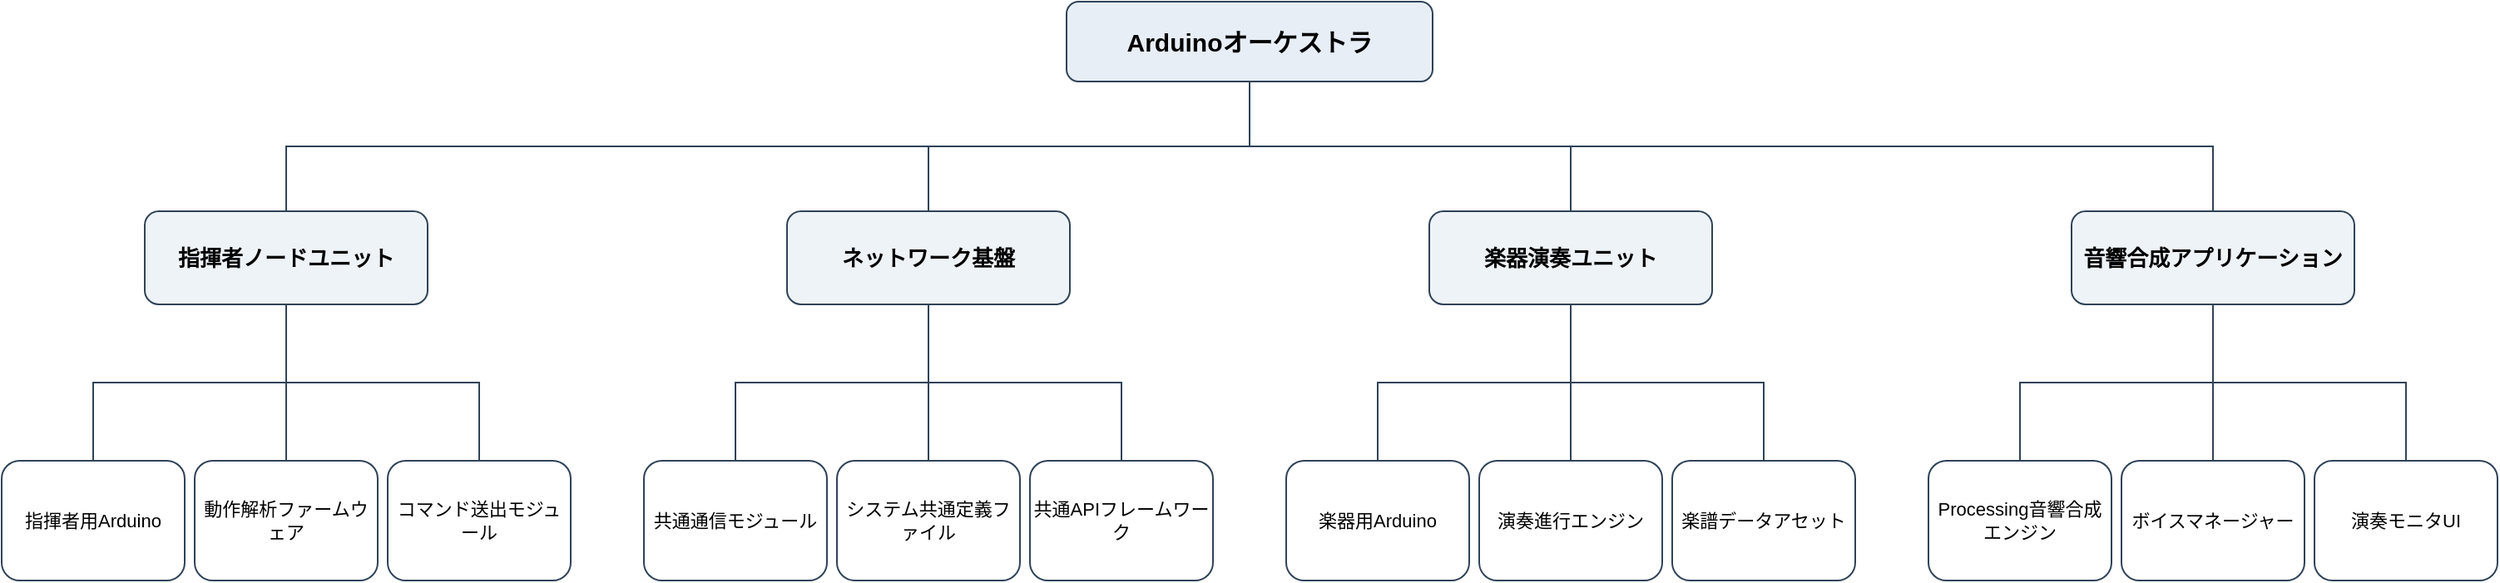
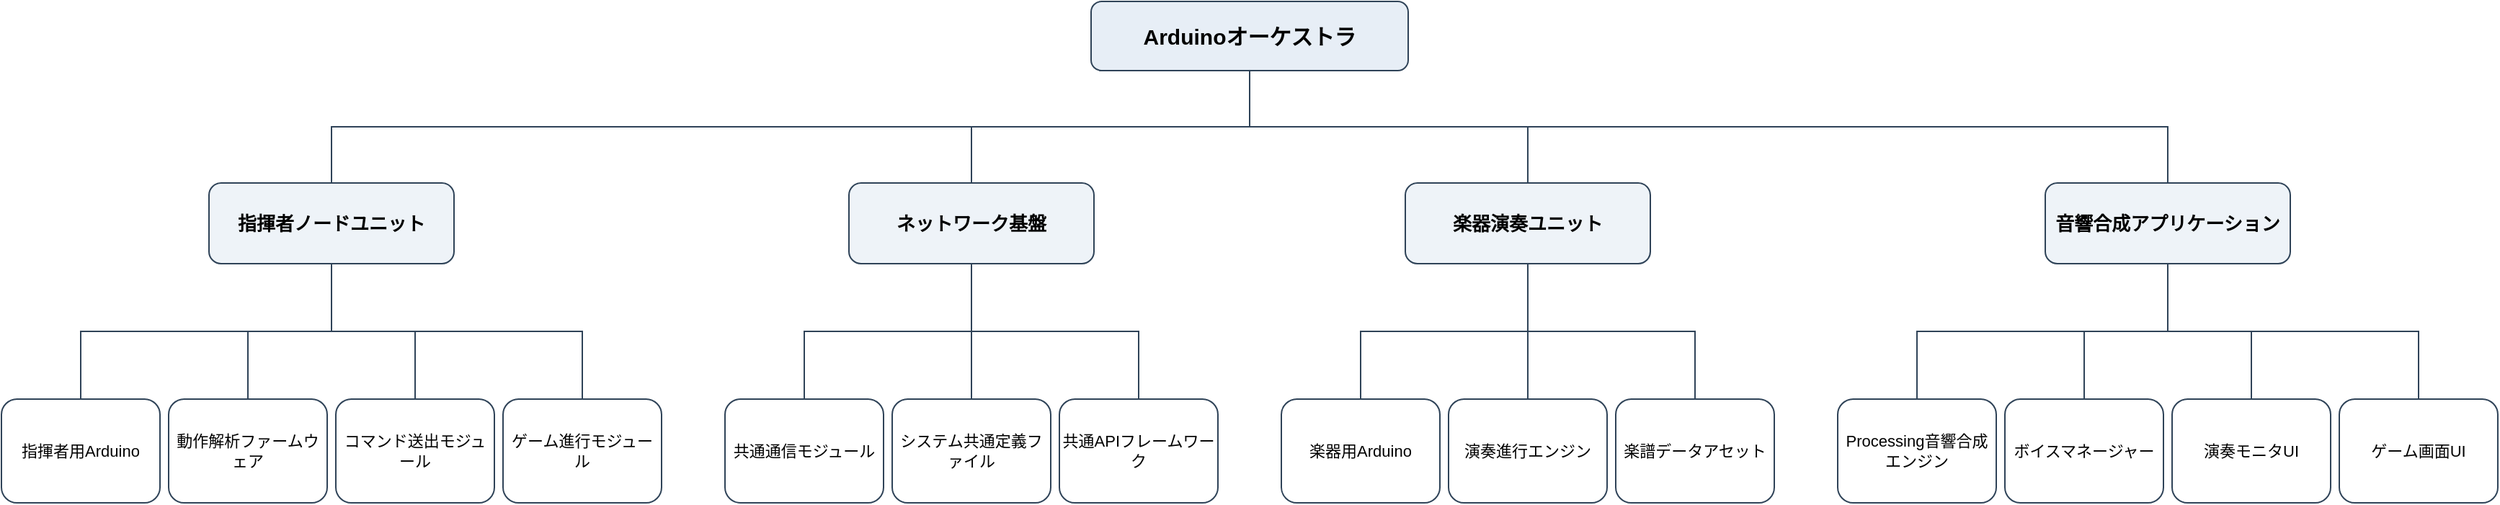
<mxfile host="Claude">
  <diagram id="pbs" name="PBS">
-     <mxGraphModel dx="1532" dy="392" grid="0" gridSize="10" guides="1" tooltips="1" connect="1" arrows="1" fold="1" page="1" pageScale="1" pageWidth="1532" pageHeight="392" math="0" shadow="0">
+     <mxGraphModel dx="1768" dy="392" grid="0" gridSize="10" guides="1" tooltips="1" connect="1" arrows="1" fold="1" page="1" pageScale="1" pageWidth="1768" pageHeight="392" math="0" shadow="0">
      <root>
        <mxCell id="0"/>
        <mxCell id="1" parent="0"/>
-         <mxCell id="r" value="Arduinoオーケストラ" style="rounded=1;whiteSpace=wrap;html=1;fillColor=#E7EEF6;strokeColor=#2F4358;fontSize=15;fontStyle=1;" vertex="1" parent="1"><mxGeometry x="656" y="24" width="220" height="48" as="geometry"/></mxCell>
-         <mxCell id="a" value="指揮者ノードユニット" style="rounded=1;whiteSpace=wrap;html=1;fillColor=#EEF3F8;strokeColor=#2F4358;fontSize=13;fontStyle=1;" vertex="1" parent="1"><mxGeometry x="102" y="150" width="170" height="56" as="geometry"/></mxCell>
-         <mxCell id="b" value="ネットワーク基盤" style="rounded=1;whiteSpace=wrap;html=1;fillColor=#EEF3F8;strokeColor=#2F4358;fontSize=13;fontStyle=1;" vertex="1" parent="1"><mxGeometry x="488" y="150" width="170" height="56" as="geometry"/></mxCell>
-         <mxCell id="c" value="楽器演奏ユニット" style="rounded=1;whiteSpace=wrap;html=1;fillColor=#EEF3F8;strokeColor=#2F4358;fontSize=13;fontStyle=1;" vertex="1" parent="1"><mxGeometry x="874" y="150" width="170" height="56" as="geometry"/></mxCell>
-         <mxCell id="d" value="音響合成アプリケーション" style="rounded=1;whiteSpace=wrap;html=1;fillColor=#EEF3F8;strokeColor=#2F4358;fontSize=13;fontStyle=1;" vertex="1" parent="1"><mxGeometry x="1260" y="150" width="170" height="56" as="geometry"/></mxCell>
+         <mxCell id="r" value="Arduinoオーケストラ" style="rounded=1;whiteSpace=wrap;html=1;fillColor=#E7EEF6;strokeColor=#2F4358;fontSize=15;fontStyle=1;" vertex="1" parent="1"><mxGeometry x="772" y="24" width="220" height="48" as="geometry"/></mxCell>
+         <mxCell id="a" value="指揮者ノードユニット" style="rounded=1;whiteSpace=wrap;html=1;fillColor=#EEF3F8;strokeColor=#2F4358;fontSize=13;fontStyle=1;" vertex="1" parent="1"><mxGeometry x="160" y="150" width="170" height="56" as="geometry"/></mxCell>
+         <mxCell id="b" value="ネットワーク基盤" style="rounded=1;whiteSpace=wrap;html=1;fillColor=#EEF3F8;strokeColor=#2F4358;fontSize=13;fontStyle=1;" vertex="1" parent="1"><mxGeometry x="604" y="150" width="170" height="56" as="geometry"/></mxCell>
+         <mxCell id="c" value="楽器演奏ユニット" style="rounded=1;whiteSpace=wrap;html=1;fillColor=#EEF3F8;strokeColor=#2F4358;fontSize=13;fontStyle=1;" vertex="1" parent="1"><mxGeometry x="990" y="150" width="170" height="56" as="geometry"/></mxCell>
+         <mxCell id="d" value="音響合成アプリケーション" style="rounded=1;whiteSpace=wrap;html=1;fillColor=#EEF3F8;strokeColor=#2F4358;fontSize=13;fontStyle=1;" vertex="1" parent="1"><mxGeometry x="1434" y="150" width="170" height="56" as="geometry"/></mxCell>
        <mxCell id="a1" value="指揮者用Arduino" style="rounded=1;whiteSpace=wrap;html=1;fillColor=#FFFFFF;strokeColor=#2F4358;fontSize=11;" vertex="1" parent="1"><mxGeometry x="16" y="300" width="110" height="72" as="geometry"/></mxCell>
        <mxCell id="a2" value="動作解析ファームウェア" style="rounded=1;whiteSpace=wrap;html=1;fillColor=#FFFFFF;strokeColor=#2F4358;fontSize=11;" vertex="1" parent="1"><mxGeometry x="132" y="300" width="110" height="72" as="geometry"/></mxCell>
        <mxCell id="a3" value="コマンド送出モジュール" style="rounded=1;whiteSpace=wrap;html=1;fillColor=#FFFFFF;strokeColor=#2F4358;fontSize=11;" vertex="1" parent="1"><mxGeometry x="248" y="300" width="110" height="72" as="geometry"/></mxCell>
-         <mxCell id="b1" value="共通通信モジュール" style="rounded=1;whiteSpace=wrap;html=1;fillColor=#FFFFFF;strokeColor=#2F4358;fontSize=11;" vertex="1" parent="1"><mxGeometry x="402" y="300" width="110" height="72" as="geometry"/></mxCell>
-         <mxCell id="b2" value="システム共通定義ファイル" style="rounded=1;whiteSpace=wrap;html=1;fillColor=#FFFFFF;strokeColor=#2F4358;fontSize=11;" vertex="1" parent="1"><mxGeometry x="518" y="300" width="110" height="72" as="geometry"/></mxCell>
-         <mxCell id="b3" value="共通APIフレームワーク" style="rounded=1;whiteSpace=wrap;html=1;fillColor=#FFFFFF;strokeColor=#2F4358;fontSize=11;" vertex="1" parent="1"><mxGeometry x="634" y="300" width="110" height="72" as="geometry"/></mxCell>
-         <mxCell id="c1" value="楽器用Arduino" style="rounded=1;whiteSpace=wrap;html=1;fillColor=#FFFFFF;strokeColor=#2F4358;fontSize=11;" vertex="1" parent="1"><mxGeometry x="788" y="300" width="110" height="72" as="geometry"/></mxCell>
-         <mxCell id="c2" value="演奏進行エンジン" style="rounded=1;whiteSpace=wrap;html=1;fillColor=#FFFFFF;strokeColor=#2F4358;fontSize=11;" vertex="1" parent="1"><mxGeometry x="904" y="300" width="110" height="72" as="geometry"/></mxCell>
-         <mxCell id="c3" value="楽譜データアセット" style="rounded=1;whiteSpace=wrap;html=1;fillColor=#FFFFFF;strokeColor=#2F4358;fontSize=11;" vertex="1" parent="1"><mxGeometry x="1020" y="300" width="110" height="72" as="geometry"/></mxCell>
-         <mxCell id="d1" value="Processing音響合成エンジン" style="rounded=1;whiteSpace=wrap;html=1;fillColor=#FFFFFF;strokeColor=#2F4358;fontSize=11;" vertex="1" parent="1"><mxGeometry x="1174" y="300" width="110" height="72" as="geometry"/></mxCell>
-         <mxCell id="d2" value="ボイスマネージャー" style="rounded=1;whiteSpace=wrap;html=1;fillColor=#FFFFFF;strokeColor=#2F4358;fontSize=11;" vertex="1" parent="1"><mxGeometry x="1290" y="300" width="110" height="72" as="geometry"/></mxCell>
-         <mxCell id="d3" value="演奏モニタUI" style="rounded=1;whiteSpace=wrap;html=1;fillColor=#FFFFFF;strokeColor=#2F4358;fontSize=11;" vertex="1" parent="1"><mxGeometry x="1406" y="300" width="110" height="72" as="geometry"/></mxCell>
+         <mxCell id="a4" value="ゲーム進行モジュール" style="rounded=1;whiteSpace=wrap;html=1;fillColor=#FFFFFF;strokeColor=#2F4358;fontSize=11;" vertex="1" parent="1"><mxGeometry x="364" y="300" width="110" height="72" as="geometry"/></mxCell>
+         <mxCell id="b1" value="共通通信モジュール" style="rounded=1;whiteSpace=wrap;html=1;fillColor=#FFFFFF;strokeColor=#2F4358;fontSize=11;" vertex="1" parent="1"><mxGeometry x="518" y="300" width="110" height="72" as="geometry"/></mxCell>
+         <mxCell id="b2" value="システム共通定義ファイル" style="rounded=1;whiteSpace=wrap;html=1;fillColor=#FFFFFF;strokeColor=#2F4358;fontSize=11;" vertex="1" parent="1"><mxGeometry x="634" y="300" width="110" height="72" as="geometry"/></mxCell>
+         <mxCell id="b3" value="共通APIフレームワーク" style="rounded=1;whiteSpace=wrap;html=1;fillColor=#FFFFFF;strokeColor=#2F4358;fontSize=11;" vertex="1" parent="1"><mxGeometry x="750" y="300" width="110" height="72" as="geometry"/></mxCell>
+         <mxCell id="c1" value="楽器用Arduino" style="rounded=1;whiteSpace=wrap;html=1;fillColor=#FFFFFF;strokeColor=#2F4358;fontSize=11;" vertex="1" parent="1"><mxGeometry x="904" y="300" width="110" height="72" as="geometry"/></mxCell>
+         <mxCell id="c2" value="演奏進行エンジン" style="rounded=1;whiteSpace=wrap;html=1;fillColor=#FFFFFF;strokeColor=#2F4358;fontSize=11;" vertex="1" parent="1"><mxGeometry x="1020" y="300" width="110" height="72" as="geometry"/></mxCell>
+         <mxCell id="c3" value="楽譜データアセット" style="rounded=1;whiteSpace=wrap;html=1;fillColor=#FFFFFF;strokeColor=#2F4358;fontSize=11;" vertex="1" parent="1"><mxGeometry x="1136" y="300" width="110" height="72" as="geometry"/></mxCell>
+         <mxCell id="d1" value="Processing音響合成エンジン" style="rounded=1;whiteSpace=wrap;html=1;fillColor=#FFFFFF;strokeColor=#2F4358;fontSize=11;" vertex="1" parent="1"><mxGeometry x="1290" y="300" width="110" height="72" as="geometry"/></mxCell>
+         <mxCell id="d2" value="ボイスマネージャー" style="rounded=1;whiteSpace=wrap;html=1;fillColor=#FFFFFF;strokeColor=#2F4358;fontSize=11;" vertex="1" parent="1"><mxGeometry x="1406" y="300" width="110" height="72" as="geometry"/></mxCell>
+         <mxCell id="d3" value="演奏モニタUI" style="rounded=1;whiteSpace=wrap;html=1;fillColor=#FFFFFF;strokeColor=#2F4358;fontSize=11;" vertex="1" parent="1"><mxGeometry x="1522" y="300" width="110" height="72" as="geometry"/></mxCell>
+         <mxCell id="d4" value="ゲーム画面UI" style="rounded=1;whiteSpace=wrap;html=1;fillColor=#FFFFFF;strokeColor=#2F4358;fontSize=11;" vertex="1" parent="1"><mxGeometry x="1638" y="300" width="110" height="72" as="geometry"/></mxCell>
        <mxCell id="er_a" style="edgeStyle=orthogonalEdgeStyle;rounded=0;html=1;endArrow=none;strokeColor=#2F4358;exitX=0.5;exitY=1;entryX=0.5;entryY=0;" edge="1" parent="1" source="r" target="a"><mxGeometry relative="1" as="geometry"/></mxCell>
        <mxCell id="er_b" style="edgeStyle=orthogonalEdgeStyle;rounded=0;html=1;endArrow=none;strokeColor=#2F4358;exitX=0.5;exitY=1;entryX=0.5;entryY=0;" edge="1" parent="1" source="r" target="b"><mxGeometry relative="1" as="geometry"/></mxCell>
        <mxCell id="er_c" style="edgeStyle=orthogonalEdgeStyle;rounded=0;html=1;endArrow=none;strokeColor=#2F4358;exitX=0.5;exitY=1;entryX=0.5;entryY=0;" edge="1" parent="1" source="r" target="c"><mxGeometry relative="1" as="geometry"/></mxCell>
        <mxCell id="er_d" style="edgeStyle=orthogonalEdgeStyle;rounded=0;html=1;endArrow=none;strokeColor=#2F4358;exitX=0.5;exitY=1;entryX=0.5;entryY=0;" edge="1" parent="1" source="r" target="d"><mxGeometry relative="1" as="geometry"/></mxCell>
        <mxCell id="ea1" style="edgeStyle=orthogonalEdgeStyle;rounded=0;html=1;endArrow=none;strokeColor=#2F4358;exitX=0.5;exitY=1;entryX=0.5;entryY=0;" edge="1" parent="1" source="a" target="a1"><mxGeometry relative="1" as="geometry"/></mxCell>
        <mxCell id="ea2" style="edgeStyle=orthogonalEdgeStyle;rounded=0;html=1;endArrow=none;strokeColor=#2F4358;exitX=0.5;exitY=1;entryX=0.5;entryY=0;" edge="1" parent="1" source="a" target="a2"><mxGeometry relative="1" as="geometry"/></mxCell>
        <mxCell id="ea3" style="edgeStyle=orthogonalEdgeStyle;rounded=0;html=1;endArrow=none;strokeColor=#2F4358;exitX=0.5;exitY=1;entryX=0.5;entryY=0;" edge="1" parent="1" source="a" target="a3"><mxGeometry relative="1" as="geometry"/></mxCell>
+         <mxCell id="ea4" style="edgeStyle=orthogonalEdgeStyle;rounded=0;html=1;endArrow=none;strokeColor=#2F4358;exitX=0.5;exitY=1;entryX=0.5;entryY=0;" edge="1" parent="1" source="a" target="a4"><mxGeometry relative="1" as="geometry"/></mxCell>
        <mxCell id="eb1" style="edgeStyle=orthogonalEdgeStyle;rounded=0;html=1;endArrow=none;strokeColor=#2F4358;exitX=0.5;exitY=1;entryX=0.5;entryY=0;" edge="1" parent="1" source="b" target="b1"><mxGeometry relative="1" as="geometry"/></mxCell>
        <mxCell id="eb2" style="edgeStyle=orthogonalEdgeStyle;rounded=0;html=1;endArrow=none;strokeColor=#2F4358;exitX=0.5;exitY=1;entryX=0.5;entryY=0;" edge="1" parent="1" source="b" target="b2"><mxGeometry relative="1" as="geometry"/></mxCell>
        <mxCell id="eb3" style="edgeStyle=orthogonalEdgeStyle;rounded=0;html=1;endArrow=none;strokeColor=#2F4358;exitX=0.5;exitY=1;entryX=0.5;entryY=0;" edge="1" parent="1" source="b" target="b3"><mxGeometry relative="1" as="geometry"/></mxCell>
        <mxCell id="ec1" style="edgeStyle=orthogonalEdgeStyle;rounded=0;html=1;endArrow=none;strokeColor=#2F4358;exitX=0.5;exitY=1;entryX=0.5;entryY=0;" edge="1" parent="1" source="c" target="c1"><mxGeometry relative="1" as="geometry"/></mxCell>
        <mxCell id="ec2" style="edgeStyle=orthogonalEdgeStyle;rounded=0;html=1;endArrow=none;strokeColor=#2F4358;exitX=0.5;exitY=1;entryX=0.5;entryY=0;" edge="1" parent="1" source="c" target="c2"><mxGeometry relative="1" as="geometry"/></mxCell>
        <mxCell id="ec3" style="edgeStyle=orthogonalEdgeStyle;rounded=0;html=1;endArrow=none;strokeColor=#2F4358;exitX=0.5;exitY=1;entryX=0.5;entryY=0;" edge="1" parent="1" source="c" target="c3"><mxGeometry relative="1" as="geometry"/></mxCell>
        <mxCell id="ed1" style="edgeStyle=orthogonalEdgeStyle;rounded=0;html=1;endArrow=none;strokeColor=#2F4358;exitX=0.5;exitY=1;entryX=0.5;entryY=0;" edge="1" parent="1" source="d" target="d1"><mxGeometry relative="1" as="geometry"/></mxCell>
        <mxCell id="ed2" style="edgeStyle=orthogonalEdgeStyle;rounded=0;html=1;endArrow=none;strokeColor=#2F4358;exitX=0.5;exitY=1;entryX=0.5;entryY=0;" edge="1" parent="1" source="d" target="d2"><mxGeometry relative="1" as="geometry"/></mxCell>
        <mxCell id="ed3" style="edgeStyle=orthogonalEdgeStyle;rounded=0;html=1;endArrow=none;strokeColor=#2F4358;exitX=0.5;exitY=1;entryX=0.5;entryY=0;" edge="1" parent="1" source="d" target="d3"><mxGeometry relative="1" as="geometry"/></mxCell>
+         <mxCell id="ed4" style="edgeStyle=orthogonalEdgeStyle;rounded=0;html=1;endArrow=none;strokeColor=#2F4358;exitX=0.5;exitY=1;entryX=0.5;entryY=0;" edge="1" parent="1" source="d" target="d4"><mxGeometry relative="1" as="geometry"/></mxCell>
      </root>
    </mxGraphModel>
  </diagram>
</mxfile>
